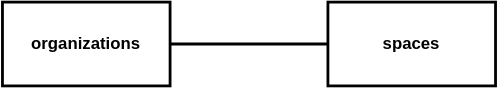
alphagov/paas-steampipe-dashboard keeps this draw.io diagram as docs/datamodel.svg. Above is the earlier version. Source tidied: cells renumbered, new cells last; positions are measured from the earlier drawing's top-left corner, leaving out a move shared by most shapes.
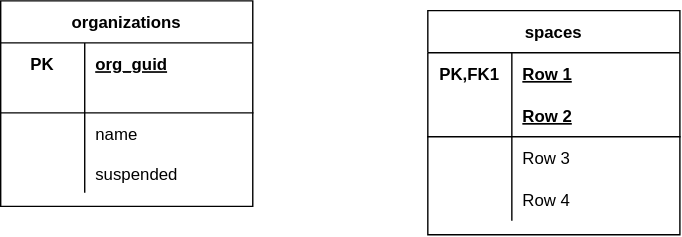
The same file after the commit.

Commit message:
refresh diagram

Diff of the diagram source:
```diff
@@ -2,14 +2,83 @@
   <root>
     <mxCell id="0" />
     <mxCell id="1" parent="0" />
-    <mxCell id="2" style="edgeStyle=orthogonalEdgeStyle;rounded=0;jettySize=auto;html=1;endArrow=none;endFill=0;strokeWidth=2;" parent="1" edge="1" source="3" target="4">
-      <mxGeometry relative="1" as="geometry" />
-    </mxCell>
-    <mxCell id="3" value="organizations" style="rounded=0;whiteSpace=wrap;html=1;strokeWidth=2;fontStyle=1;" parent="1" vertex="1">
-      <mxGeometry width="120" height="60" as="geometry" />
+    <mxCell id="3" value="organizations" style="shape=table;startSize=30;rowLines=0;fontStyle=1;align=center;" parent="1" vertex="1">
+      <mxGeometry x="-320" y="-144" width="180" height="146.8" as="geometry" />
     </mxCell>
+    <mxCell id="5" style="shape=tableRow;horizontal=0;startSize=0;swimlaneHead=0;swimlaneBody=0;fillColor=none;top=0;left=0;right=0;bottom=0;" parent="3" vertex="1">
+      <mxGeometry y="30" width="180" height="30" as="geometry" />
+    </mxCell>
+    <mxCell id="6" value="PK" style="shape=partialRectangle;fillColor=none;top=0;left=0;bottom=0;right=0;fontStyle=1;overflow=hidden;" parent="5" vertex="1">
+      <mxGeometry width="60" height="30" as="geometry" />
+    </mxCell>
+    <mxCell id="7" value="org_guid" style="shape=partialRectangle;fillColor=none;top=0;left=0;bottom=0;right=0;align=left;spacingLeft=6;fontStyle=5;overflow=hidden;" parent="5" vertex="1">
+      <mxGeometry x="60" width="120" height="30" as="geometry" />
+    </mxCell>
+    <mxCell id="8" style="shape=tableRow;horizontal=0;startSize=0;swimlaneHead=0;swimlaneBody=0;fillColor=none;top=0;left=0;right=0;bottom=1;" parent="3" vertex="1">
+      <mxGeometry y="60" width="180" height="20" as="geometry" />
+    </mxCell>
+    <mxCell id="9" style="shape=partialRectangle;fillColor=none;top=0;left=0;bottom=0;right=0;fontStyle=1;overflow=hidden;" parent="8" vertex="1">
+      <mxGeometry width="60" height="20" as="geometry" />
+    </mxCell>
+    <mxCell id="10" style="shape=partialRectangle;fillColor=none;top=0;left=0;bottom=0;right=0;align=left;spacingLeft=6;fontStyle=5;overflow=hidden;" parent="8" vertex="1">
+      <mxGeometry x="60" width="120" height="20" as="geometry" />
+    </mxCell>
+    <mxCell id="11" style="shape=tableRow;horizontal=0;startSize=0;swimlaneHead=0;swimlaneBody=0;fillColor=none;top=0;left=0;right=0;bottom=0;" parent="3" vertex="1">
+      <mxGeometry y="80" width="180" height="30" as="geometry" />
+    </mxCell>
+    <mxCell id="12" style="shape=partialRectangle;fillColor=none;top=0;left=0;bottom=0;right=0;overflow=hidden;" parent="11" vertex="1">
+      <mxGeometry width="60" height="30" as="geometry" />
+    </mxCell>
+    <mxCell id="13" value="name" style="shape=partialRectangle;fillColor=none;top=0;left=0;bottom=0;right=0;align=left;spacingLeft=6;overflow=hidden;" parent="11" vertex="1">
+      <mxGeometry x="60" width="120" height="30" as="geometry" />
+    </mxCell>
+    <mxCell id="14" style="shape=tableRow;horizontal=0;startSize=0;swimlaneHead=0;swimlaneBody=0;fillColor=none;top=0;left=0;right=0;bottom=0;" parent="3" vertex="1">
+      <mxGeometry y="110" width="180" height="27" as="geometry" />
+    </mxCell>
+    <mxCell id="15" style="shape=partialRectangle;fillColor=none;top=0;left=0;bottom=0;right=0;overflow=hidden;" parent="14" vertex="1">
+      <mxGeometry width="60" height="27" as="geometry" />
+    </mxCell>
+    <mxCell id="16" value="suspended         " style="shape=partialRectangle;fillColor=none;top=0;left=0;bottom=0;right=0;align=left;spacingLeft=6;overflow=hidden;" parent="14" vertex="1">
+      <mxGeometry x="60" width="120" height="27" as="geometry" />
+    </mxCell>
-    <mxCell id="4" value="spaces" style="rounded=0;whiteSpace=wrap;html=1;strokeWidth=2;fontStyle=1;" parent="1" vertex="1">
-      <mxGeometry x="233" width="120" height="60" as="geometry" />
+    <mxCell id="4" value="spaces" style="shape=table;startSize=30;rowLines=0;fontStyle=1;align=center;" parent="1" vertex="1">
+      <mxGeometry x="-15" y="-137" width="180" height="160" as="geometry" />
     </mxCell>
+    <mxCell id="17" style="shape=tableRow;horizontal=0;startSize=0;swimlaneHead=0;swimlaneBody=0;fillColor=none;top=0;left=0;right=0;bottom=0;" parent="4" vertex="1">
+      <mxGeometry y="30" width="180" height="30" as="geometry" />
+    </mxCell>
+    <mxCell id="18" value="PK,FK1" style="shape=partialRectangle;fillColor=none;top=0;left=0;bottom=0;right=0;fontStyle=1;overflow=hidden;" parent="17" vertex="1">
+      <mxGeometry width="60" height="30" as="geometry" />
+    </mxCell>
+    <mxCell id="19" value="Row 1" style="shape=partialRectangle;fillColor=none;top=0;left=0;bottom=0;right=0;align=left;spacingLeft=6;fontStyle=5;overflow=hidden;" parent="17" vertex="1">
+      <mxGeometry x="60" width="120" height="30" as="geometry" />
+    </mxCell>
+    <mxCell id="20" style="shape=tableRow;horizontal=0;startSize=0;swimlaneHead=0;swimlaneBody=0;fillColor=none;top=0;left=0;right=0;bottom=1;" parent="4" vertex="1">
+      <mxGeometry y="60" width="180" height="30" as="geometry" />
+    </mxCell>
+    <mxCell id="21" style="shape=partialRectangle;fillColor=none;top=0;left=0;bottom=0;right=0;fontStyle=1;overflow=hidden;" parent="20" vertex="1">
+      <mxGeometry width="60" height="30" as="geometry" />
+    </mxCell>
+    <mxCell id="22" value="Row 2" style="shape=partialRectangle;fillColor=none;top=0;left=0;bottom=0;right=0;align=left;spacingLeft=6;fontStyle=5;overflow=hidden;" parent="20" vertex="1">
+      <mxGeometry x="60" width="120" height="30" as="geometry" />
+    </mxCell>
+    <mxCell id="23" style="shape=tableRow;horizontal=0;startSize=0;swimlaneHead=0;swimlaneBody=0;fillColor=none;top=0;left=0;right=0;bottom=0;" parent="4" vertex="1">
+      <mxGeometry y="90" width="180" height="30" as="geometry" />
+    </mxCell>
+    <mxCell id="24" style="shape=partialRectangle;fillColor=none;top=0;left=0;bottom=0;right=0;overflow=hidden;" parent="23" vertex="1">
+      <mxGeometry width="60" height="30" as="geometry" />
+    </mxCell>
+    <mxCell id="25" value="Row 3" style="shape=partialRectangle;fillColor=none;top=0;left=0;bottom=0;right=0;align=left;spacingLeft=6;overflow=hidden;" parent="23" vertex="1">
+      <mxGeometry x="60" width="120" height="30" as="geometry" />
+    </mxCell>
+    <mxCell id="26" style="shape=tableRow;horizontal=0;startSize=0;swimlaneHead=0;swimlaneBody=0;fillColor=none;top=0;left=0;right=0;bottom=0;" parent="4" vertex="1">
+      <mxGeometry y="120" width="180" height="30" as="geometry" />
+    </mxCell>
+    <mxCell id="27" style="shape=partialRectangle;fillColor=none;top=0;left=0;bottom=0;right=0;overflow=hidden;" parent="26" vertex="1">
+      <mxGeometry width="60" height="30" as="geometry" />
+    </mxCell>
+    <mxCell id="28" value="Row 4" style="shape=partialRectangle;fillColor=none;top=0;left=0;bottom=0;right=0;align=left;spacingLeft=6;overflow=hidden;" parent="26" vertex="1">
+      <mxGeometry x="60" width="120" height="30" as="geometry" />
+    </mxCell>
   </root>
 </mxGraphModel>
```
